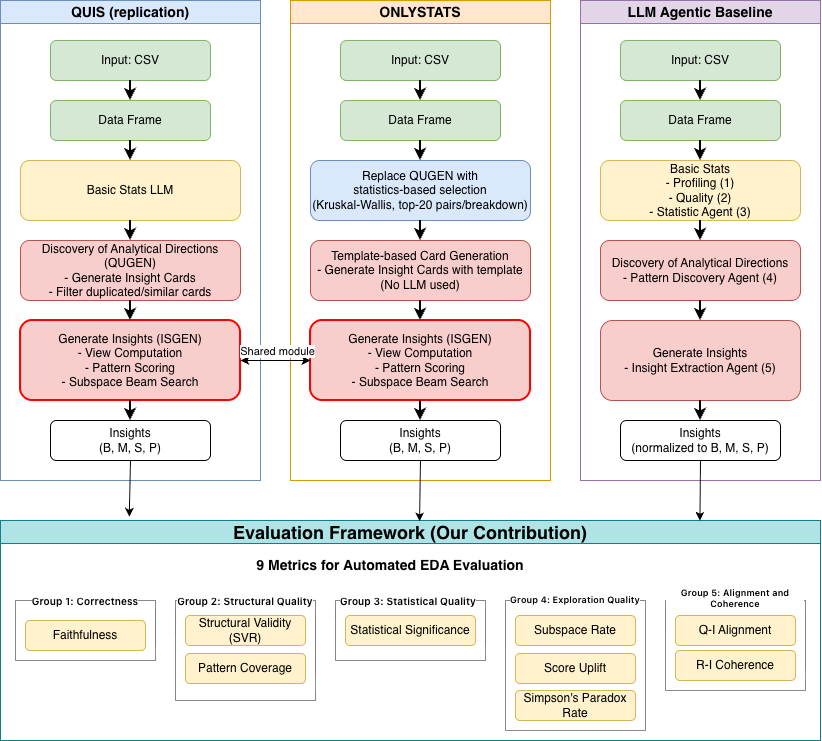
Earlier version of the draw.io export docs/model_comparison.png (sunnydovision/EDAProject). Source tidied: cells renumbered, new cells last; positions are measured from the earlier drawing's top-left corner, leaving out a move shared by most shapes.
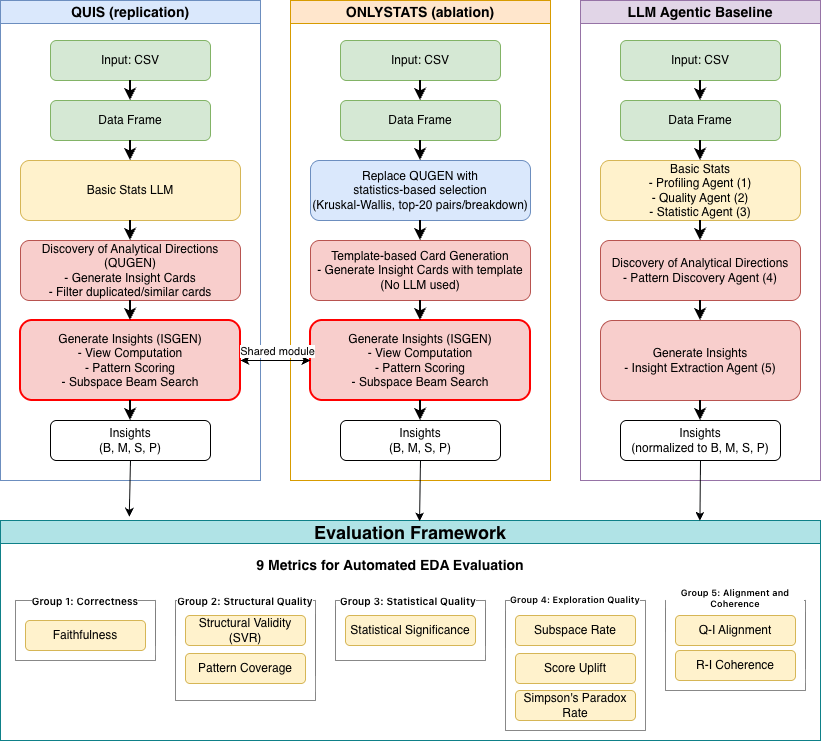
Above is the later version.

Diff of the diagram source:
```diff
@@ -38,7 +38,7 @@
     <mxCell id="13" style="endArrow=classic;html=1;strokeWidth=2;exitX=0.5;exitY=1;exitDx=0;exitDy=0;entryX=0.5;entryY=0;entryDx=0;entryDy=0;" parent="2" edge="1" source="7" target="8">
       <mxGeometry relative="1" as="geometry" />
     </mxCell>
-    <mxCell id="14" value="ONLYSTATS" style="swimlane;whiteSpace=wrap;html=1;fillColor=#ffe6cc;strokeColor=#d79b00;fontStyle=1;fontSize=14;strokeWidth=1;" parent="1" vertex="1">
+    <mxCell id="14" value="ONLYSTATS (ablation)" style="swimlane;whiteSpace=wrap;html=1;fillColor=#ffe6cc;strokeColor=#d79b00;fontStyle=1;fontSize=14;strokeWidth=1;" parent="1" vertex="1">
       <mxGeometry x="290" width="260" height="480" as="geometry" />
     </mxCell>
     <mxCell id="15" value="Input: CSV" style="rounded=1;whiteSpace=wrap;html=1;fillColor=#d5e8d4;strokeColor=#82b366;" parent="14" vertex="1">
@@ -83,7 +83,7 @@
     <mxCell id="28" value="Data Frame" style="rounded=1;whiteSpace=wrap;html=1;fillColor=#d5e8d4;strokeColor=#82b366;" parent="26" vertex="1">
       <mxGeometry x="40" y="100" width="160" height="40" as="geometry" />
     </mxCell>
-    <mxCell id="29" value="Basic Stats&lt;br&gt;- Profiling (1)&lt;br&gt;- Quality (2)&lt;br&gt;- Statistic Agent (3)" style="rounded=1;whiteSpace=wrap;html=1;fillColor=#fff2cc;strokeColor=#d6b656;" parent="26" vertex="1">
+    <mxCell id="29" value="Basic Stats&lt;br&gt;- Profiling Agent (1)&lt;br&gt;- Quality Agent (2)&lt;br&gt;- Statistic Agent (3)" style="rounded=1;whiteSpace=wrap;html=1;fillColor=#fff2cc;strokeColor=#d6b656;" parent="26" vertex="1">
       <mxGeometry x="20" y="160" width="200" height="60" as="geometry" />
     </mxCell>
     <mxCell id="30" value="Discovery of Analytical Directions&lt;br&gt;- Pattern Discovery Agent (4)" style="rounded=1;whiteSpace=wrap;html=1;fillColor=#f8cecc;strokeColor=#b85450;" parent="26" vertex="1">
@@ -118,7 +118,7 @@
         <mxPoint x="9" y="-9" as="offset" />
       </mxGeometry>
     </mxCell>
-    <mxCell id="40" value="Evaluation Framework (Our Contribution)" style="swimlane;whiteSpace=wrap;html=1;fillColor=#b0e3e6;strokeColor=#0e8088;fontStyle=1;fontSize=18;strokeWidth=1;" parent="1" vertex="1">
+    <mxCell id="40" value="Evaluation Framework" style="swimlane;whiteSpace=wrap;html=1;fillColor=#b0e3e6;strokeColor=#0e8088;fontStyle=1;fontSize=18;strokeWidth=1;" parent="1" vertex="1">
       <mxGeometry y="520" width="820" height="220" as="geometry" />
     </mxCell>
     <mxCell id="41" style="rounded=0;whiteSpace=wrap;html=1;strokeWidth=0.5;" parent="40" vertex="1">
```
